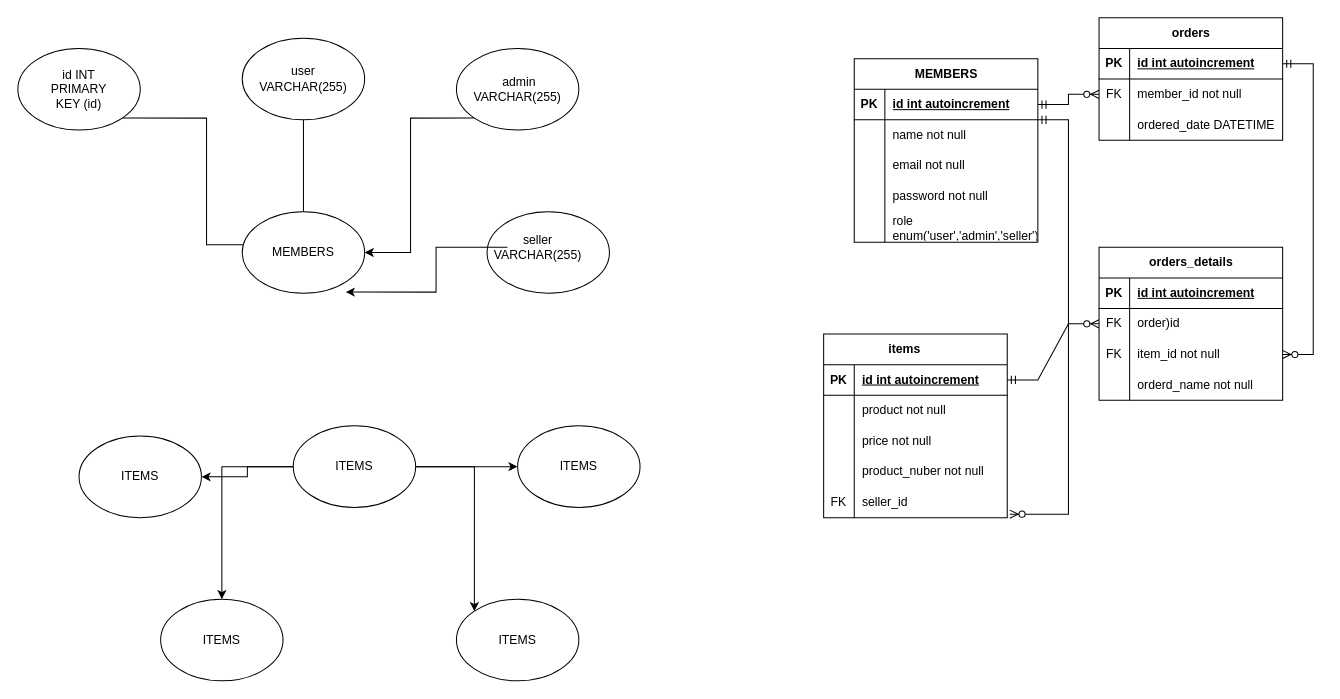
Earlier version of the draw.io diagram basic/실습2.drawio (Kimjongwon1/mariaDB_syntax). Source tidied: cells renumbered, new cells numbered last; positions are measured from the earlier drawing's top-left corner, leaving out a move shared by most shapes. Both pictures are drawn from the tidied source at 102%, with x=0, y=0 at pixel (17, 17).
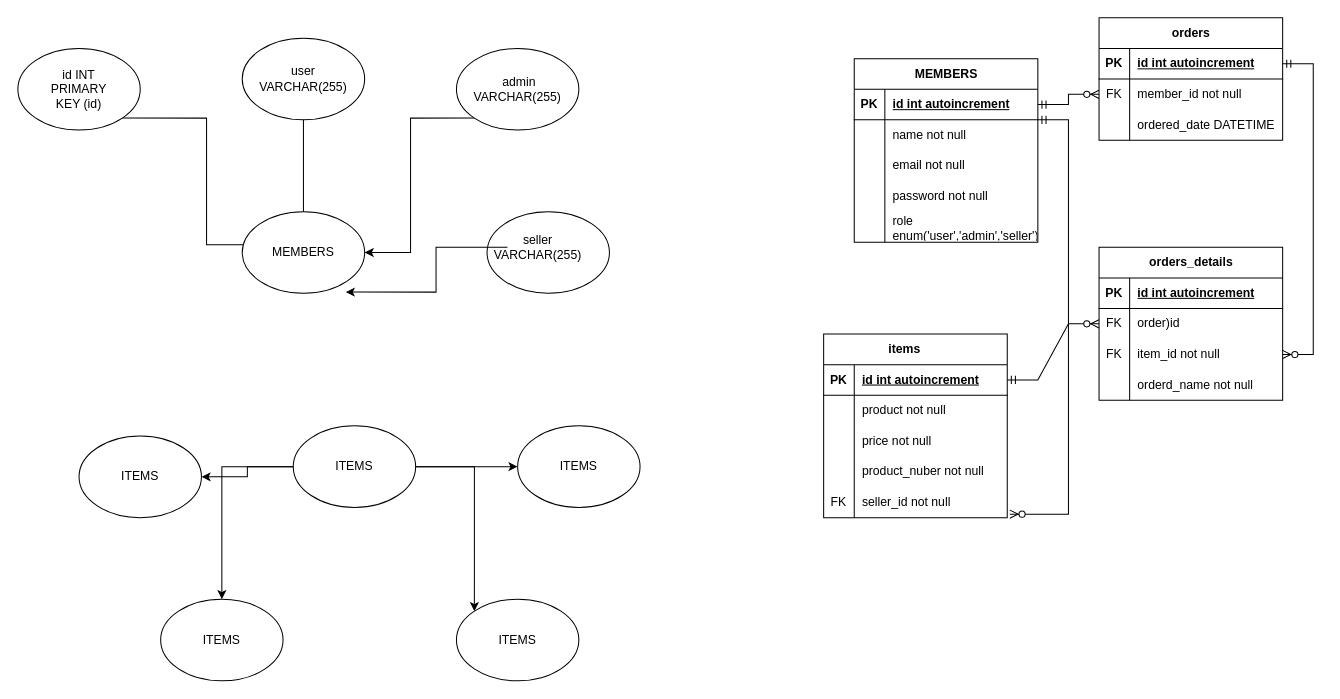
After the change.

Commit message:
실습2.drawio 업데이트2

Unchanged cells that the change refers to:
```xml
<mxCell id="59" style="shape=tableRow;horizontal=0;startSize=0;swimlaneHead=0;swimlaneBody=0;fillColor=none;points=[[0,0.5],[1,0.5]];portConstraint=eastwest;top=0;left=0;right=0;bottom=0;" parent="46" vertex="1">
  <mxGeometry y="150" width="180" height="30" as="geometry" />
</mxCell>
```

Change to the diagram source:
```diff
@@
-    <mxCell id="61" value="seller_id" style="shape=partialRectangle;fillColor=none;top=0;left=0;bottom=0;right=0;align=left;spacingLeft=6;overflow=hidden;whiteSpace=wrap;html=1;" parent="59" vertex="1">
+    <mxCell id="61" value="seller_id not null" style="shape=partialRectangle;fillColor=none;top=0;left=0;bottom=0;right=0;align=left;spacingLeft=6;overflow=hidden;whiteSpace=wrap;html=1;" parent="59" vertex="1">
       <mxGeometry x="30" width="150" height="30" as="geometry" />
     </mxCell>
```
